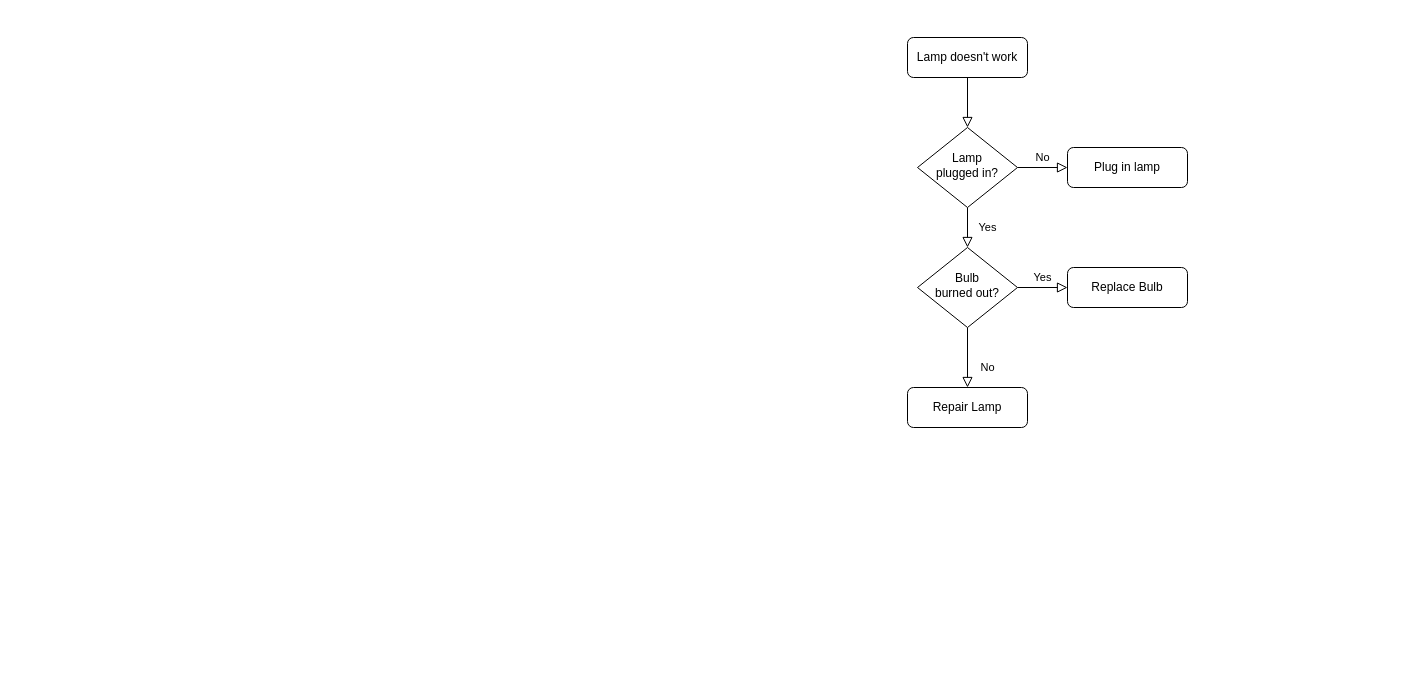
WOM89757/diagrams keeps this draw.io diagram as Object Tracker.drawio. Above is the earlier version. Source tidied: cells renumbered, new cells numbered last; positions are measured from the earlier drawing's top-left corner, leaving out a move shared by most shapes. Both pictures are drawn from the tidied source at 100%, with x=0, y=0 at pixel (907, 37).
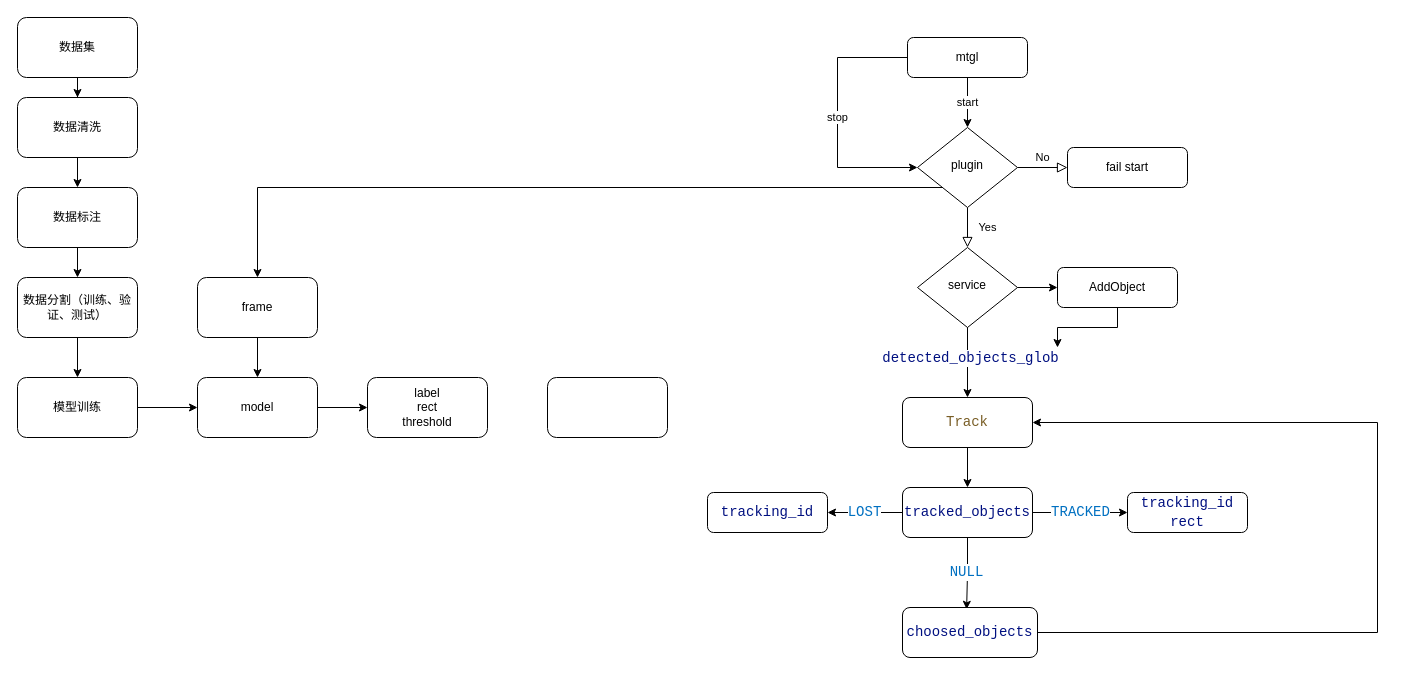
After the change.

The edit, as a diff of the source:
```diff
@@
-    <mxCell id="2" style="rounded=0;html=1;jettySize=auto;fontSize=11;endArrow=block;endFill=0;endSize=8;strokeWidth=1;shadow=0;labelBackgroundColor=none;edgeStyle=orthogonalEdgeStyle;" parent="1" edge="1" source="3" target="6">
-      <mxGeometry relative="1" as="geometry" />
-    </mxCell>
+    <mxCell id="13" value="stop" style="edgeStyle=orthogonalEdgeStyle;rounded=0;jettySize=auto;html=1;entryX=0;entryY=0.5;entryDx=0;entryDy=0;" parent="1" edge="1" source="3" target="6">
+      <mxGeometry relative="1" as="geometry">
+        <Array as="points">
+          <mxPoint x="60" y="20" />
+          <mxPoint x="-70" y="20" />
+          <mxPoint x="-70" y="130" />
+        </Array>
+      </mxGeometry>
+    </mxCell>
+    <mxCell id="14" value="start" style="edgeStyle=orthogonalEdgeStyle;rounded=0;jettySize=auto;html=1;entryX=0.5;entryY=0;entryDx=0;entryDy=0;" parent="1" edge="1" source="3" target="6">
+      <mxGeometry relative="1" as="geometry" />
+    </mxCell>
-    <mxCell id="3" value="Lamp doesn't work" style="rounded=1;whiteSpace=wrap;html=1;fontSize=12;glass=0;strokeWidth=1;shadow=0;" parent="1" vertex="1">
+    <mxCell id="3" value="mtgl" style="rounded=1;whiteSpace=wrap;html=1;fontSize=12;glass=0;strokeWidth=1;shadow=0;" parent="1" vertex="1">
       <mxGeometry width="120" height="40" as="geometry" />
     </mxCell>
@@
+    <mxCell id="15" style="edgeStyle=orthogonalEdgeStyle;rounded=0;jettySize=auto;html=1;exitX=0;exitY=1;exitDx=0;exitDy=0;entryX=0.5;entryY=0;entryDx=0;entryDy=0;" parent="1" edge="1" source="6" target="40">
+      <mxGeometry relative="1" as="geometry" />
+    </mxCell>
-    <mxCell id="6" value="Lamp&lt;br&gt;plugged in?" style="rhombus;whiteSpace=wrap;html=1;shadow=0;fontFamily=Helvetica;fontSize=12;align=center;strokeWidth=1;spacing=6;spacingTop=-4;" parent="1" vertex="1">
+    <mxCell id="6" value="plugin" style="rhombus;whiteSpace=wrap;html=1;shadow=0;fontFamily=Helvetica;fontSize=12;align=center;strokeWidth=1;spacing=6;spacingTop=-4;" parent="1" vertex="1">
       <mxGeometry x="10" y="90" width="100" height="80" as="geometry" />
     </mxCell>
-    <mxCell id="7" value="Plug in lamp" style="rounded=1;whiteSpace=wrap;html=1;fontSize=12;glass=0;strokeWidth=1;shadow=0;" parent="1" vertex="1">
+    <mxCell id="7" value="fail start" style="rounded=1;whiteSpace=wrap;html=1;fontSize=12;glass=0;strokeWidth=1;shadow=0;" parent="1" vertex="1">
       <mxGeometry x="160" y="110" width="120" height="40" as="geometry" />
     </mxCell>
+    <mxCell id="16" style="edgeStyle=orthogonalEdgeStyle;rounded=0;jettySize=auto;html=1;exitX=1;exitY=0.5;exitDx=0;exitDy=0;entryX=0.5;entryY=0;entryDx=0;entryDy=0;" parent="1" edge="1" source="10" target="27">
+      <mxGeometry relative="1" as="geometry">
+        <Array as="points">
+          <mxPoint x="60" y="250" />
+        </Array>
+      </mxGeometry>
+    </mxCell>
+    <mxCell id="17" value="&lt;span style=&quot;color: rgb(0 , 16 , 128) ; font-family: &amp;#34;droid sans mono&amp;#34; , monospace , monospace , &amp;#34;droid sans fallback&amp;#34; ; font-size: 14px&quot;&gt;detected_objects_glob&lt;/span&gt;" style="edgeLabel;html=1;align=center;verticalAlign=middle;" parent="16" vertex="1">
+      <mxGeometry x="0.5" y="2" relative="1" as="geometry" />
+    </mxCell>
-    <mxCell id="8" value="No" style="rounded=0;html=1;jettySize=auto;fontSize=11;endArrow=block;endFill=0;endSize=8;strokeWidth=1;shadow=0;labelBackgroundColor=none;edgeStyle=orthogonalEdgeStyle;" parent="1" edge="1" source="10" target="11">
-      <mxGeometry x="0.33" y="20" relative="1" as="geometry" />
+    <mxCell id="8" style="edgeStyle=orthogonalEdgeStyle;rounded=0;jettySize=auto;html=1;" parent="1" edge="1" source="10" target="11">
+      <mxGeometry relative="1" as="geometry" />
     </mxCell>
-    <mxCell id="9" value="Yes" style="edgeStyle=orthogonalEdgeStyle;rounded=0;html=1;jettySize=auto;fontSize=11;endArrow=block;endFill=0;endSize=8;strokeWidth=1;shadow=0;labelBackgroundColor=none;" parent="1" edge="1" source="10" target="12">
-      <mxGeometry y="10" relative="1" as="geometry" />
-    </mxCell>
-    <mxCell id="10" value="Bulb&lt;br&gt;burned out?" style="rhombus;whiteSpace=wrap;html=1;shadow=0;fontFamily=Helvetica;fontSize=12;align=center;strokeWidth=1;spacing=6;spacingTop=-4;" parent="1" vertex="1">
+    <mxCell id="10" value="service" style="rhombus;whiteSpace=wrap;html=1;shadow=0;fontFamily=Helvetica;fontSize=12;align=center;strokeWidth=1;spacing=6;spacingTop=-4;" parent="1" vertex="1">
       <mxGeometry x="10" y="210" width="100" height="80" as="geometry" />
     </mxCell>
+    <mxCell id="18" style="edgeStyle=orthogonalEdgeStyle;rounded=0;jettySize=auto;html=1;" parent="1" edge="1" source="11">
+      <mxGeometry relative="1" as="geometry">
+        <mxPoint x="150" y="310" as="targetPoint" />
+        <Array as="points">
+          <mxPoint x="210" y="290" />
+          <mxPoint x="150" y="290" />
+        </Array>
+      </mxGeometry>
+    </mxCell>
-    <mxCell id="11" value="Repair Lamp" style="rounded=1;whiteSpace=wrap;html=1;fontSize=12;glass=0;strokeWidth=1;shadow=0;" parent="1" vertex="1">
-      <mxGeometry y="350" width="120" height="40" as="geometry" />
+    <mxCell id="11" value="AddObject" style="rounded=1;whiteSpace=wrap;html=1;fontSize=12;glass=0;strokeWidth=1;shadow=0;" parent="1" vertex="1">
+      <mxGeometry x="150" y="230" width="120" height="40" as="geometry" />
     </mxCell>
+    <mxCell id="19" value="&lt;span style=&quot;color: rgb(0, 112, 193); font-family: &amp;quot;droid sans mono&amp;quot;, monospace, monospace, &amp;quot;droid sans fallback&amp;quot;; font-size: 14px; font-style: normal; font-weight: 400; letter-spacing: normal; text-align: center; text-indent: 0px; text-transform: none; word-spacing: 0px; background-color: rgb(255, 255, 255); display: inline; float: none;&quot;&gt;NULL&lt;/span&gt;" style="edgeStyle=orthogonalEdgeStyle;rounded=0;jettySize=auto;html=1;entryX=0.475;entryY=0.036;entryDx=0;entryDy=0;entryPerimeter=0;" parent="1" edge="1" source="12" target="25">
+      <mxGeometry relative="1" as="geometry" />
+    </mxCell>
+    <mxCell id="20" value="&lt;span style=&quot;color: rgb(0, 112, 193); font-family: &amp;quot;droid sans mono&amp;quot;, monospace, monospace, &amp;quot;droid sans fallback&amp;quot;; font-size: 14px; font-style: normal; font-weight: 400; letter-spacing: normal; text-align: center; text-indent: 0px; text-transform: none; word-spacing: 0px; background-color: rgb(255, 255, 255); display: inline; float: none;&quot;&gt;TRACKED&lt;/span&gt;" style="edgeStyle=orthogonalEdgeStyle;rounded=0;jettySize=auto;html=1;entryX=0;entryY=0.5;entryDx=0;entryDy=0;" parent="1" edge="1" source="12" target="23">
+      <mxGeometry relative="1" as="geometry" />
+    </mxCell>
+    <mxCell id="21" value="&lt;span style=&quot;color: rgb(0, 112, 193); font-family: &amp;quot;droid sans mono&amp;quot;, monospace, monospace, &amp;quot;droid sans fallback&amp;quot;; font-size: 14px; font-style: normal; font-weight: 400; letter-spacing: normal; text-align: center; text-indent: 0px; text-transform: none; word-spacing: 0px; background-color: rgb(255, 255, 255); display: inline; float: none;&quot;&gt;LOST&lt;/span&gt;" style="edgeStyle=orthogonalEdgeStyle;rounded=0;jettySize=auto;html=1;" parent="1" edge="1" source="12" target="22">
+      <mxGeometry relative="1" as="geometry" />
+    </mxCell>
-    <mxCell id="12" value="Replace Bulb" style="rounded=1;whiteSpace=wrap;html=1;fontSize=12;glass=0;strokeWidth=1;shadow=0;" parent="1" vertex="1">
-      <mxGeometry x="160" y="230" width="120" height="40" as="geometry" />
+    <mxCell id="12" value="&lt;div style=&quot;background-color: rgb(255 , 255 , 255) ; font-family: &amp;#34;droid sans mono&amp;#34; , monospace , monospace , &amp;#34;droid sans fallback&amp;#34; ; font-size: 14px ; line-height: 19px&quot;&gt;&lt;div style=&quot;font-family: &amp;#34;droid sans mono&amp;#34; , monospace , monospace , &amp;#34;droid sans fallback&amp;#34; ; line-height: 19px&quot;&gt;&lt;span style=&quot;color: #001080&quot;&gt;tracked_objects&lt;/span&gt;&lt;/div&gt;&lt;/div&gt;" style="rounded=1;whiteSpace=wrap;html=1;fontSize=12;glass=0;strokeWidth=1;shadow=0;" parent="1" vertex="1">
+      <mxGeometry x="-5" y="450" width="130" height="50" as="geometry" />
     </mxCell>
+    <mxCell id="22" value="&lt;div style=&quot;background-color: rgb(255 , 255 , 255) ; font-family: &amp;#34;droid sans mono&amp;#34; , monospace , monospace , &amp;#34;droid sans fallback&amp;#34; ; font-size: 14px ; line-height: 19px&quot;&gt;&lt;span style=&quot;color: rgb(0 , 16 , 128)&quot;&gt;tracking_id&lt;/span&gt;&lt;/div&gt;" style="rounded=1;whiteSpace=wrap;html=1;" parent="1" vertex="1">
+      <mxGeometry x="-200" y="455" width="120" height="40" as="geometry" />
+    </mxCell>
+    <mxCell id="23" value="&lt;div style=&quot;background-color: rgb(255 , 255 , 255) ; font-family: &amp;#34;droid sans mono&amp;#34; , monospace , monospace , &amp;#34;droid sans fallback&amp;#34; ; font-size: 14px ; line-height: 19px&quot;&gt;&lt;span style=&quot;color: #001080&quot;&gt;tracking_id&lt;/span&gt;&lt;/div&gt;&lt;div style=&quot;background-color: rgb(255 , 255 , 255) ; font-family: &amp;#34;droid sans mono&amp;#34; , monospace , monospace , &amp;#34;droid sans fallback&amp;#34; ; font-size: 14px ; line-height: 19px&quot;&gt;&lt;span style=&quot;color: #001080&quot;&gt;rect&lt;/span&gt;&lt;/div&gt;" style="rounded=1;whiteSpace=wrap;html=1;" parent="1" vertex="1">
+      <mxGeometry x="220" y="455" width="120" height="40" as="geometry" />
+    </mxCell>
+    <mxCell id="24" style="edgeStyle=orthogonalEdgeStyle;rounded=0;jettySize=auto;html=1;entryX=1;entryY=0.5;entryDx=0;entryDy=0;" parent="1" edge="1" source="25" target="27">
+      <mxGeometry relative="1" as="geometry">
+        <Array as="points">
+          <mxPoint x="470" y="595" />
+          <mxPoint x="470" y="385" />
+        </Array>
+      </mxGeometry>
+    </mxCell>
+    <mxCell id="25" value="&lt;div style=&quot;background-color: rgb(255 , 255 , 255) ; font-family: &amp;#34;droid sans mono&amp;#34; , monospace , monospace , &amp;#34;droid sans fallback&amp;#34; ; font-size: 14px ; line-height: 19px&quot;&gt;&lt;div style=&quot;font-family: &amp;#34;droid sans mono&amp;#34; , monospace , monospace , &amp;#34;droid sans fallback&amp;#34; ; line-height: 19px&quot;&gt;&lt;span style=&quot;color: #001080&quot;&gt;choosed_objects&lt;/span&gt;&lt;/div&gt;&lt;/div&gt;" style="rounded=1;whiteSpace=wrap;html=1;" parent="1" vertex="1">
+      <mxGeometry x="-5" y="570" width="135" height="50" as="geometry" />
+    </mxCell>
+    <mxCell id="26" style="edgeStyle=orthogonalEdgeStyle;rounded=0;jettySize=auto;html=1;exitX=0.5;exitY=1;exitDx=0;exitDy=0;entryX=0.5;entryY=0;entryDx=0;entryDy=0;" parent="1" edge="1" source="27" target="12">
+      <mxGeometry relative="1" as="geometry" />
+    </mxCell>
+    <mxCell id="27" value="&lt;div style=&quot;background-color: rgb(255 , 255 , 255) ; font-family: &amp;#34;droid sans mono&amp;#34; , monospace , monospace , &amp;#34;droid sans fallback&amp;#34; ; font-size: 14px ; line-height: 19px&quot;&gt;&lt;div style=&quot;font-family: &amp;#34;droid sans mono&amp;#34; , monospace , monospace , &amp;#34;droid sans fallback&amp;#34; ; line-height: 19px&quot;&gt;&lt;div style=&quot;font-family: &amp;#34;droid sans mono&amp;#34; , monospace , monospace , &amp;#34;droid sans fallback&amp;#34; ; line-height: 19px&quot;&gt;&lt;span style=&quot;color: #795e26&quot;&gt;Track&lt;/span&gt;&lt;/div&gt;&lt;/div&gt;&lt;/div&gt;" style="rounded=1;whiteSpace=wrap;html=1;fontSize=12;glass=0;strokeWidth=1;shadow=0;" parent="1" vertex="1">
+      <mxGeometry x="-5" y="360" width="130" height="50" as="geometry" />
+    </mxCell>
+    <mxCell id="28" style="edgeStyle=orthogonalEdgeStyle;rounded=0;jettySize=auto;html=1;entryX=0.5;entryY=0;entryDx=0;entryDy=0;" parent="1" edge="1" source="29" target="31">
+      <mxGeometry relative="1" as="geometry" />
+    </mxCell>
+    <mxCell id="29" value="数据集" style="rounded=1;whiteSpace=wrap;html=1;" parent="1" vertex="1">
+      <mxGeometry x="-890" y="-20" width="120" height="60" as="geometry" />
+    </mxCell>
+    <mxCell id="30" style="edgeStyle=orthogonalEdgeStyle;rounded=0;jettySize=auto;html=1;" parent="1" edge="1" source="31" target="35">
+      <mxGeometry relative="1" as="geometry" />
+    </mxCell>
+    <mxCell id="31" value="数据清洗" style="rounded=1;whiteSpace=wrap;html=1;" parent="1" vertex="1">
+      <mxGeometry x="-890" y="60" width="120" height="60" as="geometry" />
+    </mxCell>
+    <mxCell id="32" style="edgeStyle=orthogonalEdgeStyle;rounded=0;jettySize=auto;html=1;entryX=0.5;entryY=0;entryDx=0;entryDy=0;" parent="1" edge="1" source="33" target="37">
+      <mxGeometry relative="1" as="geometry" />
+    </mxCell>
+    <mxCell id="33" value="数据分割（训练、验证、测试）" style="rounded=1;whiteSpace=wrap;html=1;" parent="1" vertex="1">
+      <mxGeometry x="-890" y="240" width="120" height="60" as="geometry" />
+    </mxCell>
+    <mxCell id="34" style="edgeStyle=orthogonalEdgeStyle;rounded=0;jettySize=auto;html=1;" parent="1" edge="1" source="35" target="33">
+      <mxGeometry relative="1" as="geometry" />
+    </mxCell>
+    <mxCell id="35" value="数据标注" style="rounded=1;whiteSpace=wrap;html=1;" parent="1" vertex="1">
+      <mxGeometry x="-890" y="150" width="120" height="60" as="geometry" />
+    </mxCell>
+    <mxCell id="36" style="edgeStyle=orthogonalEdgeStyle;rounded=0;jettySize=auto;html=1;" parent="1" edge="1" source="37" target="38">
+      <mxGeometry relative="1" as="geometry" />
+    </mxCell>
+    <mxCell id="37" value="模型训练" style="rounded=1;whiteSpace=wrap;html=1;" parent="1" vertex="1">
+      <mxGeometry x="-890" y="340" width="120" height="60" as="geometry" />
+    </mxCell>
+    <mxCell id="38" value="model" style="rounded=1;whiteSpace=wrap;html=1;" parent="1" vertex="1">
+      <mxGeometry x="-710" y="340" width="120" height="60" as="geometry" />
+    </mxCell>
+    <mxCell id="39" style="edgeStyle=orthogonalEdgeStyle;rounded=0;jettySize=auto;html=1;entryX=0.5;entryY=0;entryDx=0;entryDy=0;" parent="1" edge="1" source="40" target="38">
+      <mxGeometry relative="1" as="geometry" />
+    </mxCell>
+    <mxCell id="40" value="frame" style="rounded=1;whiteSpace=wrap;html=1;" parent="1" vertex="1">
+      <mxGeometry x="-710" y="240" width="120" height="60" as="geometry" />
+    </mxCell>
+    <mxCell id="41" value="label&lt;br&gt;rect&lt;br&gt;threshold" style="rounded=1;whiteSpace=wrap;html=1;" parent="1" vertex="1">
+      <mxGeometry x="-540" y="340" width="120" height="60" as="geometry" />
+    </mxCell>
+    <mxCell id="42" style="edgeStyle=orthogonalEdgeStyle;rounded=0;jettySize=auto;html=1;" parent="1" edge="1" source="38" target="41">
+      <mxGeometry relative="1" as="geometry" />
+    </mxCell>
+    <mxCell id="43" style="rounded=1;whiteSpace=wrap;html=1;" parent="1" vertex="1">
+      <mxGeometry x="-360" y="340" width="120" height="60" as="geometry" />
+    </mxCell>
```
